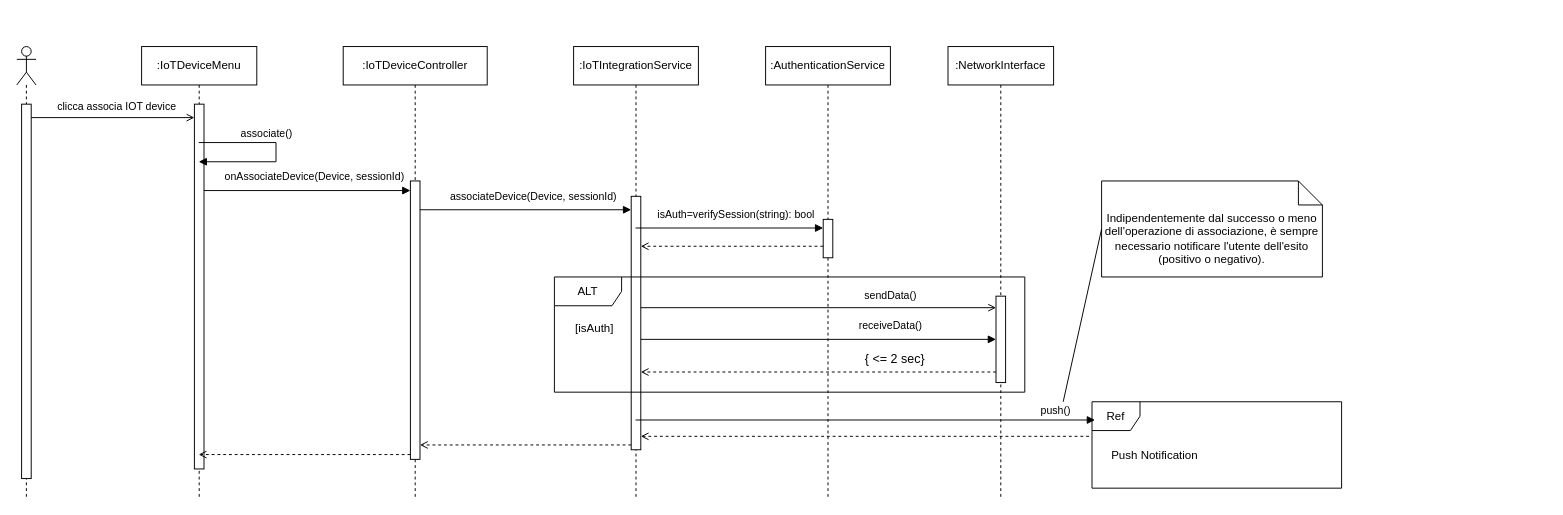
This is content/seq/seqAssociateIOTDev.drawio from uni-aca100/ing-proj, a draw.io file, before an edit. Source tidied: cells renumbered, new cells numbered last; positions are measured from the earlier drawing's top-left corner, leaving out a move shared by most shapes. Both pictures are drawn from the tidied source at 96%, with x=0, y=0 at pixel (16, 46).
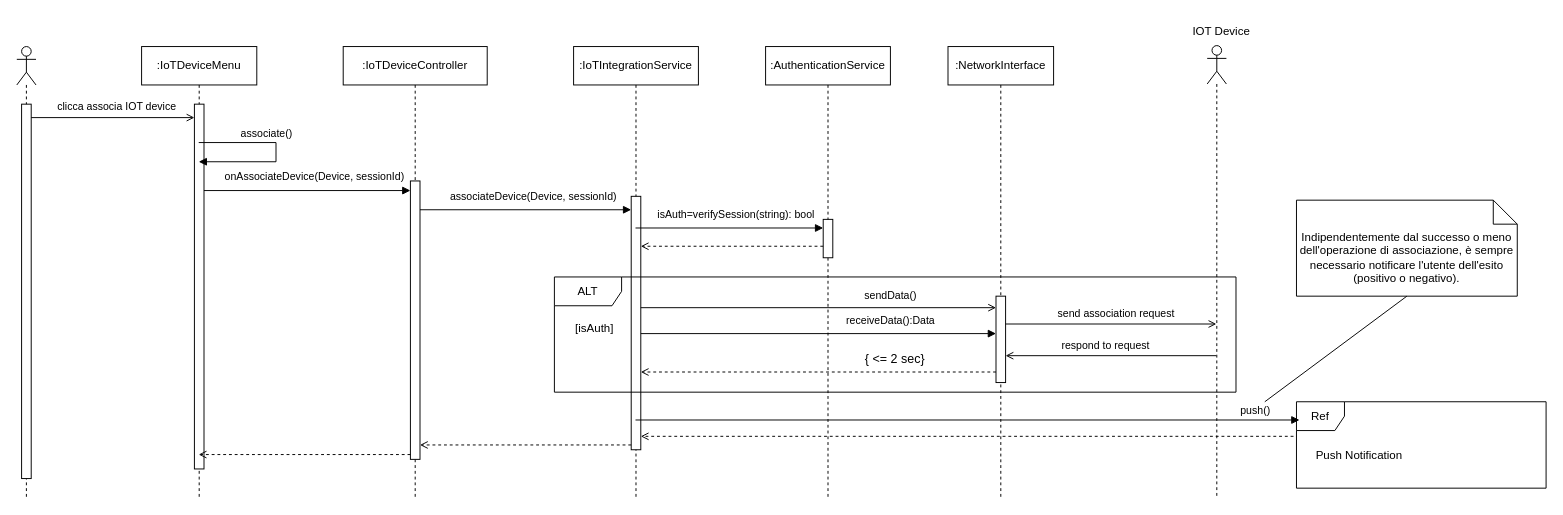
Above is the later version.

Unchanged cells that the change refers to:
```xml
<mxCell id="20" style="html=1;points=[[0,0,0,0,5],[0,1,0,0,-5],[1,0,0,0,5],[1,1,0,0,-5]];perimeter=orthogonalPerimeter;outlineConnect=0;targetShapes=umlLifeline;portConstraint=eastwest;newEdgeStyle={&quot;curved&quot;:0,&quot;rounded&quot;:0};" parent="19" vertex="1">
  <mxGeometry x="50" y="260" width="10" height="90" as="geometry" />
</mxCell>
<mxCell id="39" style="html=1;verticalAlign=bottom;labelBackgroundColor=none;endArrow=block;endFill=1;rounded=0;entryX=0.012;entryY=0.211;entryDx=0;entryDy=0;entryPerimeter=0;" parent="1" edge="1" source="4" target="37">
  <mxGeometry relative="1" as="geometry" />
</mxCell>
```

Change to the diagram source:
```diff
@@
     <mxCell id="22" value="Indipendentemente dal successo o meno dell'operazione di associazione, è sempre necessario notificare l'utente dell'esito (positivo o negativo)." style="shape=note2;boundedLbl=1;whiteSpace=wrap;html=1;size=25;verticalAlign=top;align=center;" parent="1" vertex="1">
-      <mxGeometry x="1130" y="140" width="230" height="100" as="geometry" />
+      <mxGeometry x="1333" y="160" width="230" height="100" as="geometry" />
     </mxCell>
-    <mxCell id="23" style="endArrow=none;html=1;rounded=0;entryX=0;entryY=0.5;entryDx=0;entryDy=0;entryPerimeter=0;" parent="1" edge="1" target="22">
+    <mxCell id="23" style="endArrow=none;html=1;rounded=0;entryX=0.5;entryY=1;entryDx=0;entryDy=0;entryPerimeter=0;" parent="1" edge="1" target="22">
       <mxGeometry relative="1" as="geometry">
-        <mxPoint x="1090" y="370" as="sourcePoint" />
+        <mxPoint x="1300" y="370" as="sourcePoint" />
       </mxGeometry>
     </mxCell>
@@
     <mxCell id="26" style="html=1;verticalAlign=bottom;labelBackgroundColor=none;endArrow=block;endFill=1;rounded=0;" parent="1" edge="1">
       <mxGeometry relative="1" as="geometry">
-        <mxPoint x="650" y="305" as="sourcePoint" />
-        <mxPoint x="1020" y="305" as="targetPoint" />
+        <mxPoint x="650" y="299" as="sourcePoint" />
+        <mxPoint x="1020" y="299" as="targetPoint" />
       </mxGeometry>
     </mxCell>
-    <mxCell id="27" value="receiveData()" style="edgeLabel;html=1;align=center;verticalAlign=middle;" parent="26" vertex="1">
+    <mxCell id="27" value="receiveData():Data" style="edgeLabel;html=1;align=center;verticalAlign=middle;" parent="26" vertex="1">
       <mxGeometry x="0.11" relative="1" as="geometry">
         <mxPoint x="54" y="-15" as="offset" />
       </mxGeometry>
     </mxCell>
@@
     <mxCell id="34" value="ALT" style="shape=umlFrame;whiteSpace=wrap;html=1;width=70;height=30;" parent="1" vertex="1">
-      <mxGeometry x="560" y="240" width="490" height="120" as="geometry" />
+      <mxGeometry x="560" y="240" width="710" height="120" as="geometry" />
     </mxCell>
@@
     <mxCell id="37" value="Ref" style="shape=umlFrame;whiteSpace=wrap;html=1;width=50;" parent="1" vertex="1">
-      <mxGeometry x="1120" y="370" width="260" height="90" as="geometry" />
+      <mxGeometry x="1333" y="370" width="260" height="90" as="geometry" />
     </mxCell>
@@
     <mxCell id="40" value="push()" style="edgeLabel;html=1;align=center;verticalAlign=middle;" parent="39" vertex="1">
       <mxGeometry x="0.11" relative="1" as="geometry">
-        <mxPoint x="171" y="-10" as="offset" />
+        <mxPoint x="261" y="-10" as="offset" />
       </mxGeometry>
     </mxCell>
@@
+    <mxCell id="42" style="shape=umlLifeline;perimeter=lifelinePerimeter;whiteSpace=wrap;html=1;newEdgeStyle={&quot;curved&quot;:0,&quot;rounded&quot;:0};participant=umlActor;" parent="1" vertex="1">
+      <mxGeometry x="1240" y="-1" width="20" height="470" as="geometry" />
+    </mxCell>
+    <mxCell id="43" value="IOT Device" style="text;html=1;whiteSpace=wrap;strokeColor=none;fillColor=none;align=center;verticalAlign=middle;rounded=0;" parent="1" vertex="1">
+      <mxGeometry x="1220" y="-31" width="70" height="30" as="geometry" />
+    </mxCell>
+    <mxCell id="44" style="html=1;verticalAlign=bottom;labelBackgroundColor=none;endArrow=open;endFill=0;rounded=0;" parent="1" edge="1" source="20">
+      <mxGeometry relative="1" as="geometry">
+        <mxPoint x="1249.5" y="289" as="targetPoint" />
+      </mxGeometry>
+    </mxCell>
+    <mxCell id="45" value="send association request" style="edgeLabel;html=1;align=center;verticalAlign=middle;" parent="44" vertex="1">
+      <mxGeometry x="0.04" relative="1" as="geometry">
+        <mxPoint y="-12" as="offset" />
+      </mxGeometry>
+    </mxCell>
+    <mxCell id="46" style="html=1;verticalAlign=bottom;labelBackgroundColor=none;endArrow=open;endFill=0;rounded=0;" parent="1" edge="1">
+      <mxGeometry relative="1" as="geometry">
+        <mxPoint x="1249.5" y="322" as="sourcePoint" />
+        <mxPoint x="1030" y="322" as="targetPoint" />
+      </mxGeometry>
+    </mxCell>
+    <mxCell id="47" value="respond to request" style="edgeLabel;html=1;align=center;verticalAlign=middle;" parent="46" vertex="1">
+      <mxGeometry x="0.04" relative="1" as="geometry">
+        <mxPoint x="-2" y="-11" as="offset" />
+      </mxGeometry>
+    </mxCell>
```
